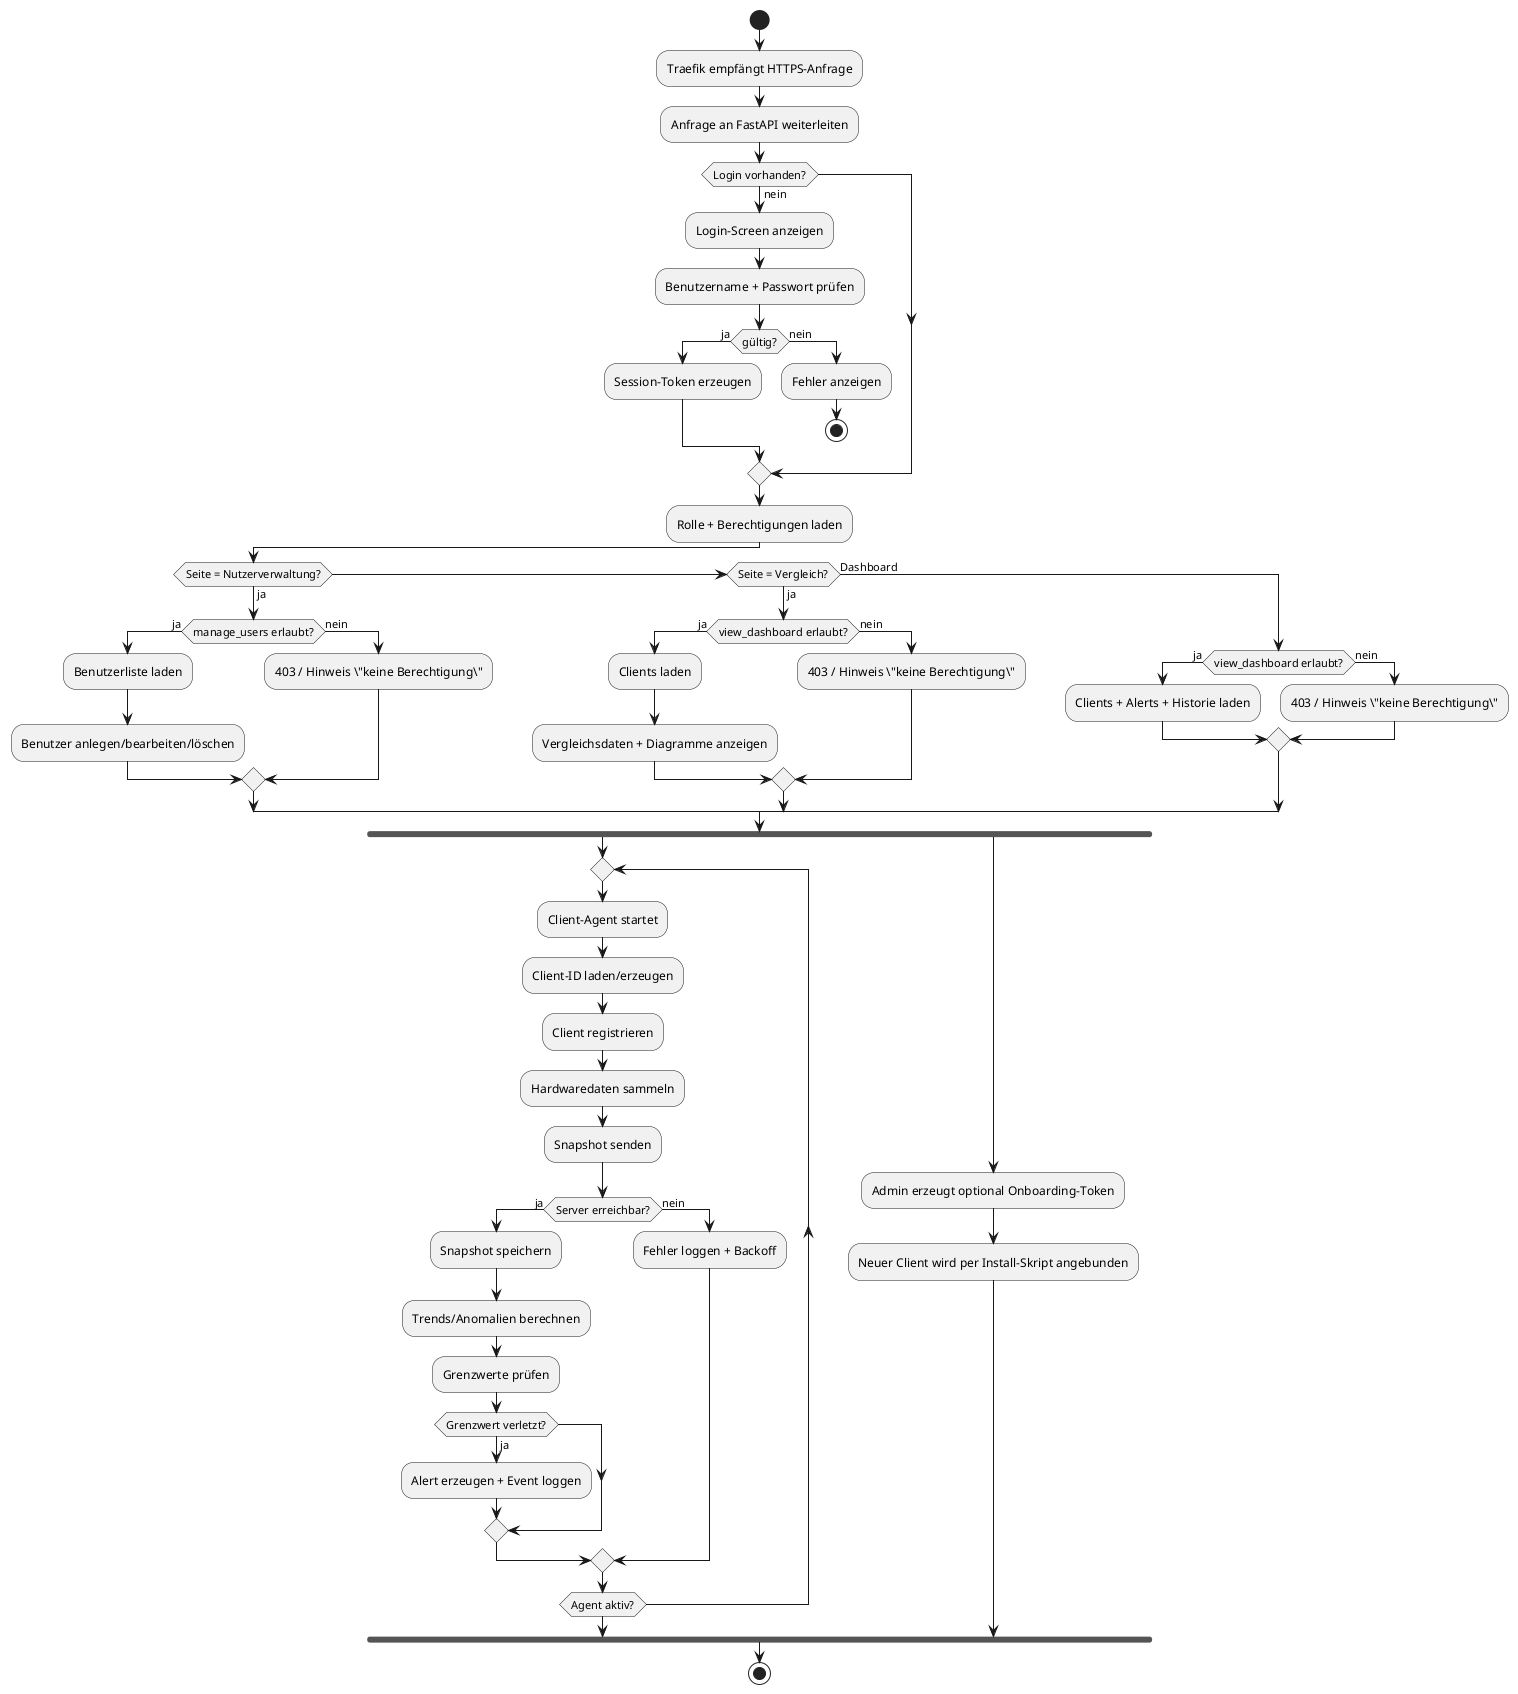
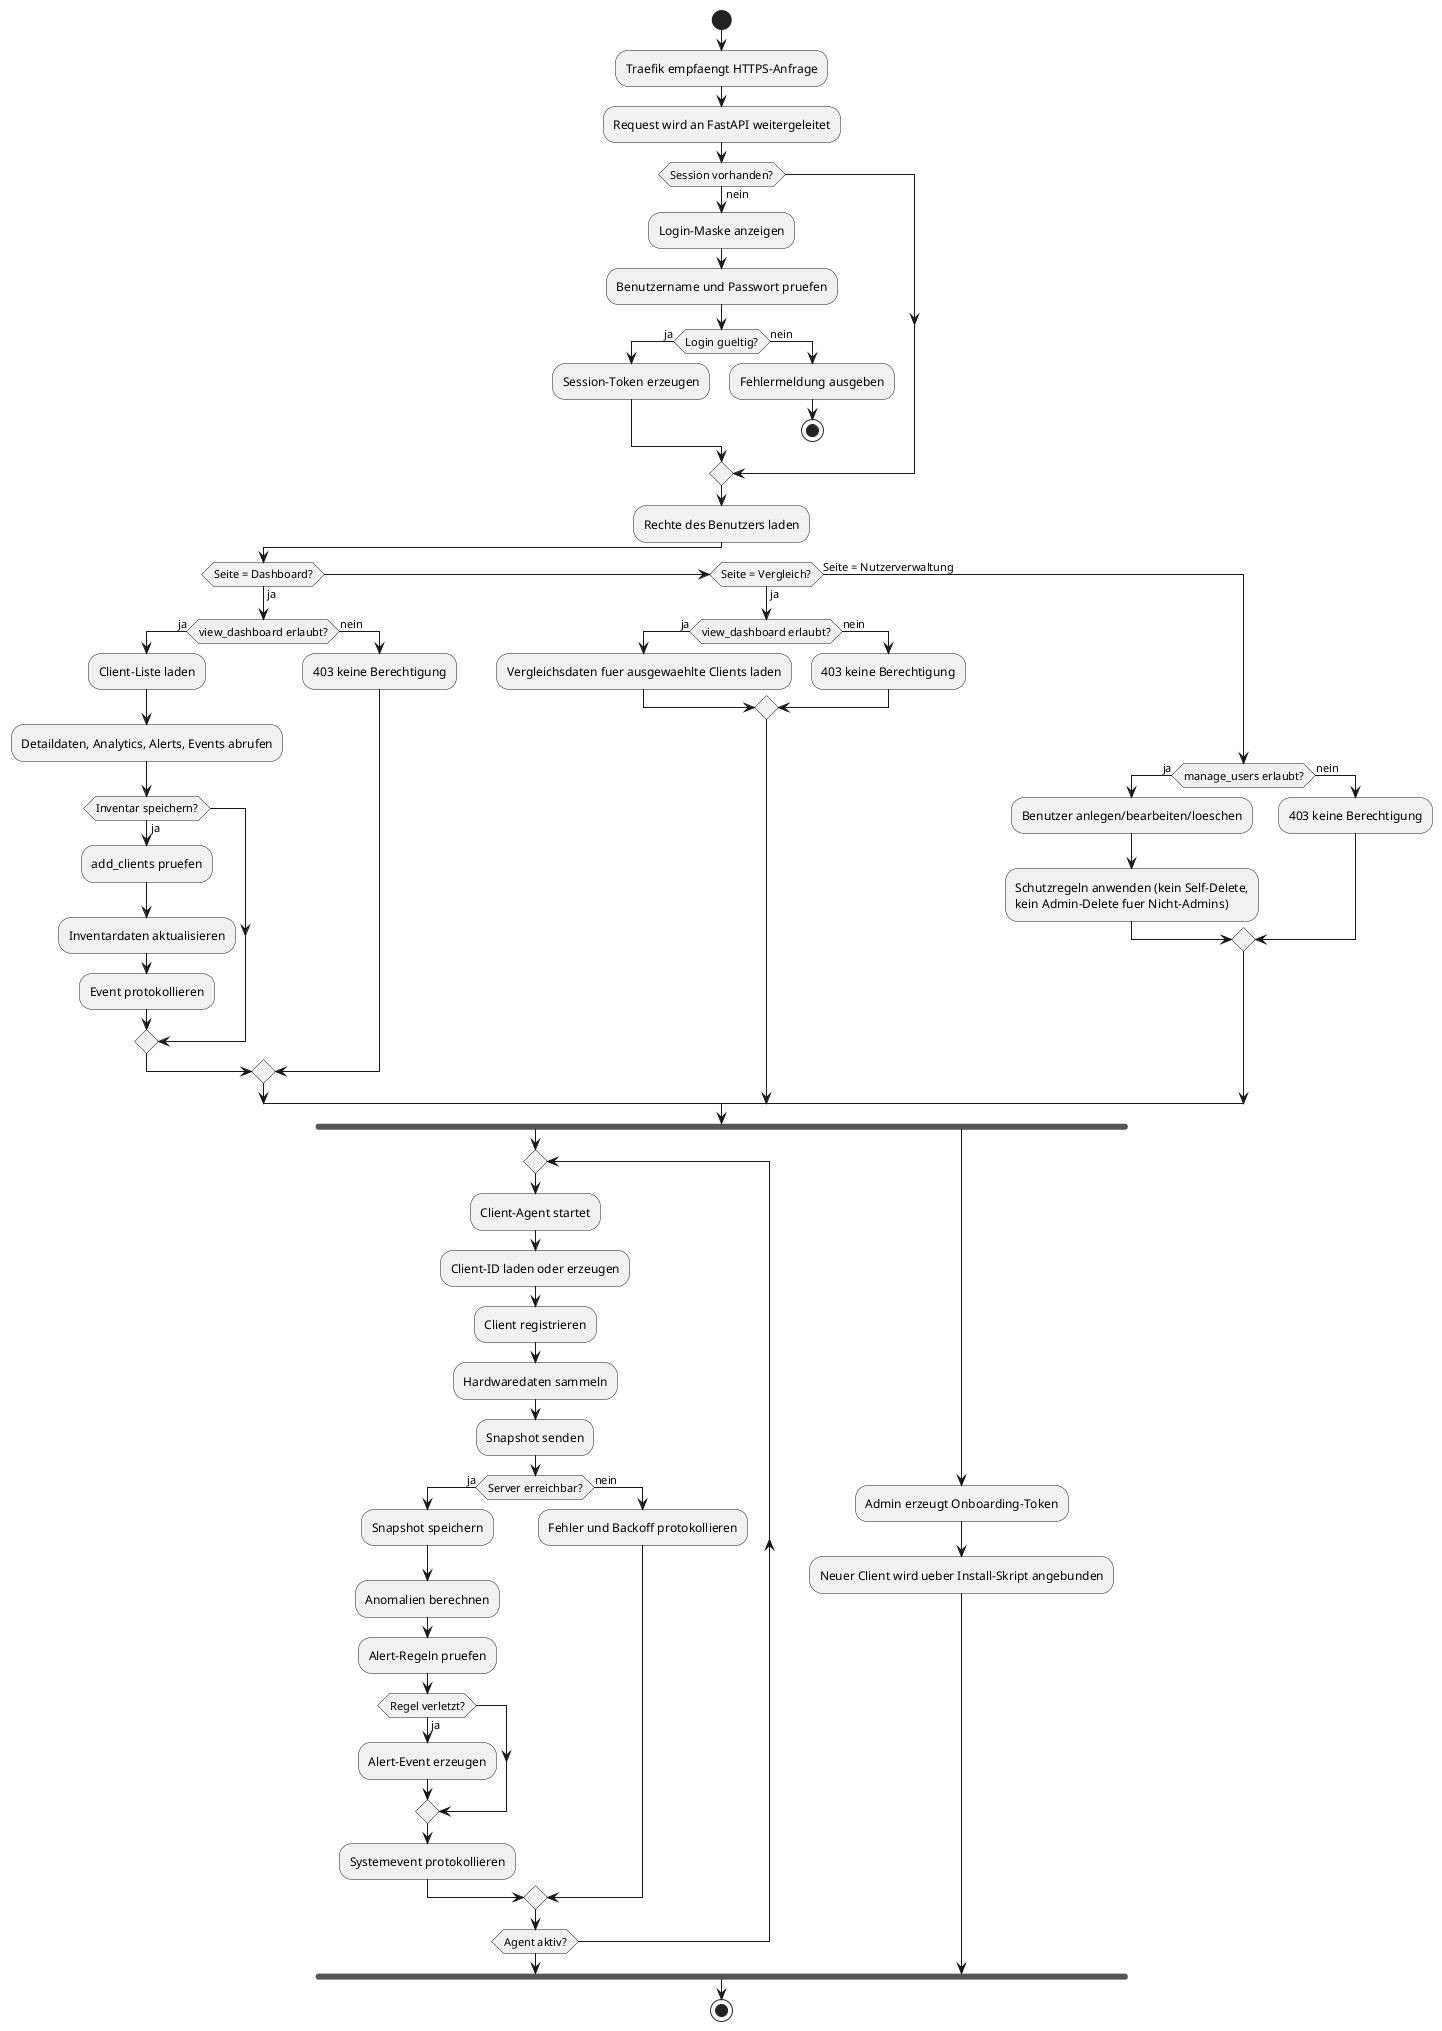
@startuml
start
- :Traefik empfängt HTTPS-Anfrage;
- :Anfrage an FastAPI weiterleiten;
+ :Traefik empfaengt HTTPS-Anfrage;
+ :Request wird an FastAPI weitergeleitet;

- if (Login vorhanden?) then (nein)
-   :Login-Screen anzeigen;
-   :Benutzername + Passwort prüfen;
-   if (gültig?) then (ja)
+ if (Session vorhanden?) then (nein)
+   :Login-Maske anzeigen;
+   :Benutzername und Passwort pruefen;
+   if (Login gueltig?) then (ja)
    :Session-Token erzeugen;
  else (nein)
-     :Fehler anzeigen;
+     :Fehlermeldung ausgeben;
    stop
  endif
endif

- :Rolle + Berechtigungen laden;
+ :Rechte des Benutzers laden;

- if (Seite = Nutzerverwaltung?) then (ja)
-   if (manage_users erlaubt?) then (ja)
-     :Benutzerliste laden;
-     :Benutzer anlegen/bearbeiten/löschen;
+ if (Seite = Dashboard?) then (ja)
+   if (view_dashboard erlaubt?) then (ja)
+     :Client-Liste laden;
+     :Detaildaten, Analytics, Alerts, Events abrufen;
+     if (Inventar speichern?) then (ja)
+       :add_clients pruefen;
+       :Inventardaten aktualisieren;
+       :Event protokollieren;
+     endif
  else (nein)
-     :403 / Hinweis \"keine Berechtigung\";
+     :403 keine Berechtigung;
  endif
elseif (Seite = Vergleich?) then (ja)
  if (view_dashboard erlaubt?) then (ja)
-     :Clients laden;
-     :Vergleichsdaten + Diagramme anzeigen;
+     :Vergleichsdaten fuer ausgewaehlte Clients laden;
  else (nein)
-     :403 / Hinweis \"keine Berechtigung\";
+     :403 keine Berechtigung;
  endif
- else (Dashboard)
-   if (view_dashboard erlaubt?) then (ja)
-     :Clients + Alerts + Historie laden;
+ else (Seite = Nutzerverwaltung)
+   if (manage_users erlaubt?) then (ja)
+     :Benutzer anlegen/bearbeiten/loeschen;
+     :Schutzregeln anwenden (kein Self-Delete,\nkein Admin-Delete fuer Nicht-Admins);
  else (nein)
-     :403 / Hinweis \"keine Berechtigung\";
+     :403 keine Berechtigung;
  endif
endif

fork
  repeat
    :Client-Agent startet;
-     :Client-ID laden/erzeugen;
+     :Client-ID laden oder erzeugen;
    :Client registrieren;
    :Hardwaredaten sammeln;
    :Snapshot senden;
    if (Server erreichbar?) then (ja)
      :Snapshot speichern;
-       :Trends/Anomalien berechnen;
-       :Grenzwerte prüfen;
-       if (Grenzwert verletzt?) then (ja)
-         :Alert erzeugen + Event loggen;
+       :Anomalien berechnen;
+       :Alert-Regeln pruefen;
+       if (Regel verletzt?) then (ja)
+         :Alert-Event erzeugen;
      endif
+       :Systemevent protokollieren;
    else (nein)
-       :Fehler loggen + Backoff;
+       :Fehler und Backoff protokollieren;
    endif
  repeat while (Agent aktiv?)
fork again
-   :Admin erzeugt optional Onboarding-Token;
-   :Neuer Client wird per Install-Skript angebunden;
+   :Admin erzeugt Onboarding-Token;
+   :Neuer Client wird ueber Install-Skript angebunden;
end fork

stop
@enduml
